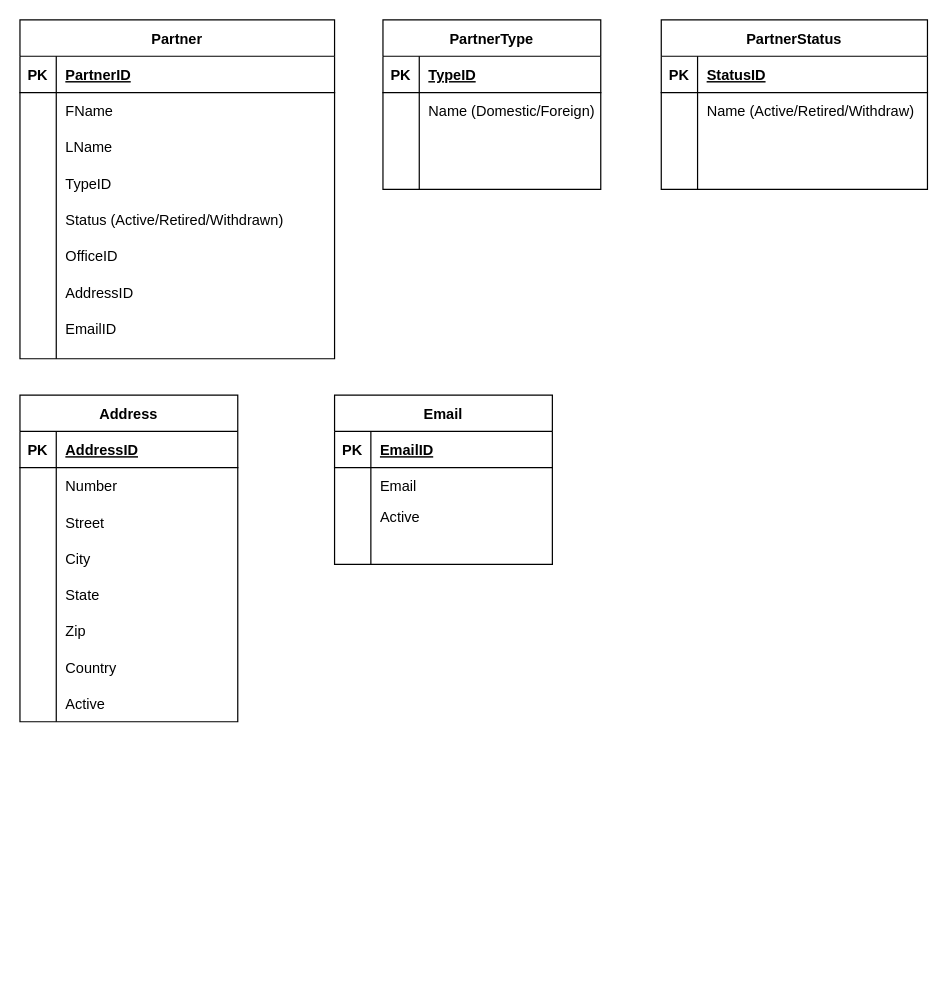
Earlier version of the draw.io diagram page "Page-2" (2 of 3) of Web app structure.drawio (thi2411/tnguyen2). Source tidied: cells renumbered, new cells numbered last; positions are measured from the earlier drawing's top-left corner, leaving out a move shared by most shapes. Both pictures are drawn from the tidied source at 121%, with x=0, y=0 at pixel (19, 19).
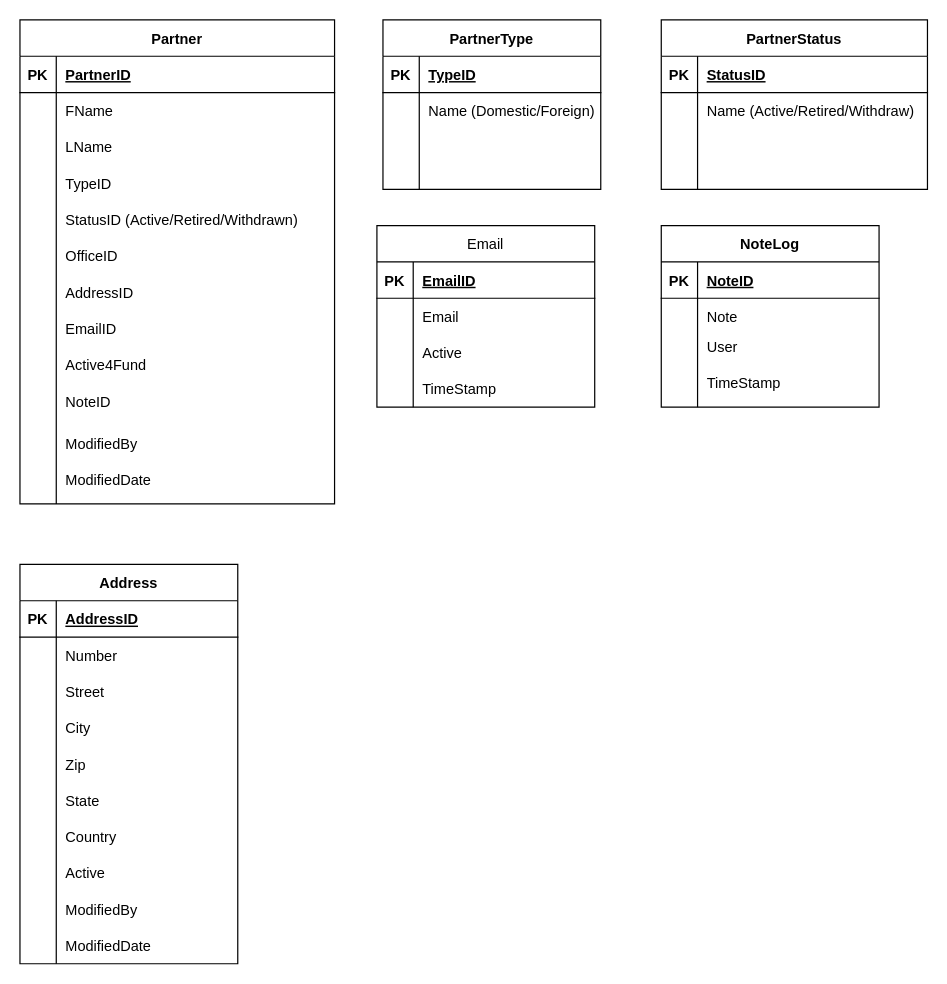
The same page after the edit.

Unchanged cells that the change refers to:
```xml
<mxCell id="46" style="shape=tableRow;horizontal=0;startSize=0;swimlaneHead=0;swimlaneBody=0;fillColor=none;top=0;left=0;right=0;bottom=0;" parent="1" vertex="1">
  <mxGeometry y="340" width="260" height="30" as="geometry" />
</mxCell>
<mxCell id="48" style="shape=tableRow;horizontal=0;startSize=0;swimlaneHead=0;swimlaneBody=0;fillColor=none;top=0;left=0;right=0;bottom=0;" parent="1" vertex="1">
  <mxGeometry y="370" width="260" height="130" as="geometry" />
</mxCell>
```

What changed in the source:
```diff
@@
     <mxCell id="2" value="Partner" style="shape=table;startSize=30;childLayout=tableLayout;rowLines=0;fontStyle=1;align=center;" parent="1" vertex="1">
-      <mxGeometry width="260" height="280" as="geometry" />
+      <mxGeometry width="260" height="400" as="geometry" />
     </mxCell>
@@
     <mxCell id="12" style="shape=tableRow;horizontal=0;startSize=0;swimlaneHead=0;swimlaneBody=0;fillColor=none;top=0;left=0;right=0;bottom=0;" parent="2" vertex="1">
-      <mxGeometry y="120" width="260" height="160" as="geometry" />
+      <mxGeometry y="120" width="260" height="280" as="geometry" />
     </mxCell>
     <mxCell id="13" style="shape=partialRectangle;fillColor=none;top=0;left=0;bottom=0;right=0;overflow=hidden;" parent="12" vertex="1">
-      <mxGeometry width="30" height="160" as="geometry" />
+      <mxGeometry width="30" height="280" as="geometry" />
     </mxCell>
     <mxCell id="14" style="shape=partialRectangle;fillColor=none;top=0;left=0;bottom=0;right=0;align=left;spacingLeft=6;overflow=hidden;" parent="12" vertex="1">
-      <mxGeometry x="30" width="230" height="160" as="geometry" />
+      <mxGeometry x="30" width="230" height="280" as="geometry" />
     </mxCell>
@@
-    <mxCell id="18" value="Status (Active/Retired/Withdrawn)" style="shape=partialRectangle;fillColor=none;top=0;left=0;bottom=0;right=0;align=left;spacingLeft=6;overflow=hidden;" parent="1" vertex="1">
-      <mxGeometry x="30" y="150" width="190" height="30" as="geometry" />
+    <mxCell id="18" value="StatusID (Active/Retired/Withdrawn)" style="shape=partialRectangle;fillColor=none;top=0;left=0;bottom=0;right=0;align=left;spacingLeft=6;overflow=hidden;" parent="1" vertex="1">
+      <mxGeometry x="30" y="150" width="200" height="30" as="geometry" />
     </mxCell>
@@
     <mxCell id="47" style="shape=partialRectangle;fillColor=none;top=0;left=0;bottom=0;right=0;overflow=hidden;" parent="46" vertex="1">
-      <mxGeometry width="30" height="30" as="geometry" />
+      <mxGeometry y="30" width="30" height="30" as="geometry" />
     </mxCell>
@@
     <mxCell id="49" style="shape=partialRectangle;fillColor=none;top=0;left=0;bottom=0;right=0;overflow=hidden;" parent="48" vertex="1">
-      <mxGeometry width="30" height="130" as="geometry" />
+      <mxGeometry y="30" width="30" height="130" as="geometry" />
     </mxCell>
     <mxCell id="50" value="Address" style="shape=table;startSize=30;childLayout=tableLayout;rowLines=0;fontStyle=1;align=center;" parent="1" vertex="1">
-      <mxGeometry y="310" width="180" height="270" as="geometry" />
+      <mxGeometry y="450" width="180" height="330" as="geometry" />
     </mxCell>
@@
     <mxCell id="57" style="shape=tableRow;horizontal=0;startSize=0;swimlaneHead=0;swimlaneBody=0;fillColor=none;top=0;left=0;right=0;bottom=0;" parent="50" vertex="1">
-      <mxGeometry y="90" width="180" height="180" as="geometry" />
+      <mxGeometry y="90" width="180" height="240" as="geometry" />
     </mxCell>
     <mxCell id="58" style="shape=partialRectangle;fillColor=none;top=0;left=0;bottom=0;right=0;overflow=hidden;" parent="57" vertex="1">
-      <mxGeometry width="30" height="180" as="geometry" />
+      <mxGeometry width="30" height="240" as="geometry" />
     </mxCell>
     <mxCell id="59" style="shape=partialRectangle;fillColor=none;top=0;left=0;bottom=0;right=0;align=left;spacingLeft=6;overflow=hidden;" parent="57" vertex="1">
-      <mxGeometry x="30" width="150" height="180" as="geometry" />
+      <mxGeometry x="30" width="150" height="240" as="geometry" />
     </mxCell>
     <mxCell id="60" value="Street" style="shape=partialRectangle;fillColor=none;top=0;left=0;bottom=0;right=0;align=left;spacingLeft=6;overflow=hidden;" parent="1" vertex="1">
-      <mxGeometry x="30" y="400" width="150" height="30" as="geometry" />
+      <mxGeometry x="30" y="540" width="150" height="30" as="geometry" />
     </mxCell>
     <mxCell id="61" value="City" style="shape=partialRectangle;fillColor=none;top=0;left=0;bottom=0;right=0;align=left;spacingLeft=6;overflow=hidden;" parent="1" vertex="1">
-      <mxGeometry x="30" y="430" width="150" height="30" as="geometry" />
+      <mxGeometry x="30" y="570" width="150" height="30" as="geometry" />
     </mxCell>
     <mxCell id="62" value="State" style="shape=partialRectangle;fillColor=none;top=0;left=0;bottom=0;right=0;align=left;spacingLeft=6;overflow=hidden;" parent="1" vertex="1">
-      <mxGeometry x="30" y="460" width="150" height="30" as="geometry" />
+      <mxGeometry x="30" y="630" width="150" height="30" as="geometry" />
     </mxCell>
     <mxCell id="63" value="Zip" style="shape=partialRectangle;fillColor=none;top=0;left=0;bottom=0;right=0;align=left;spacingLeft=6;overflow=hidden;" parent="1" vertex="1">
-      <mxGeometry x="30" y="490" width="150" height="30" as="geometry" />
+      <mxGeometry x="30" y="600" width="150" height="30" as="geometry" />
     </mxCell>
     <mxCell id="64" value="Country" style="shape=partialRectangle;fillColor=none;top=0;left=0;bottom=0;right=0;align=left;spacingLeft=6;overflow=hidden;" parent="1" vertex="1">
-      <mxGeometry x="30" y="520" width="150" height="30" as="geometry" />
+      <mxGeometry x="30" y="660" width="150" height="30" as="geometry" />
     </mxCell>
     <mxCell id="65" value="Active" style="shape=partialRectangle;fillColor=none;top=0;left=0;bottom=0;right=0;align=left;spacingLeft=6;overflow=hidden;" parent="1" vertex="1">
-      <mxGeometry x="30" y="550" width="150" height="30" as="geometry" />
+      <mxGeometry x="30" y="690" width="150" height="30" as="geometry" />
     </mxCell>
-    <mxCell id="66" value="Email" style="shape=table;startSize=30;childLayout=tableLayout;rowLines=0;fontStyle=1;align=center;" parent="1" vertex="1">
-      <mxGeometry x="260" y="310" width="180" height="140" as="geometry" />
+    <mxCell id="66" value="Email" style="shape=table;startSize=30;childLayout=tableLayout;rowLines=0;fontStyle=0;align=center;" parent="1" vertex="1">
+      <mxGeometry x="295" y="170" width="180" height="150" as="geometry" />
     </mxCell>
@@
     <mxCell id="73" style="shape=tableRow;horizontal=0;startSize=0;swimlaneHead=0;swimlaneBody=0;fillColor=none;top=0;left=0;right=0;bottom=0;" parent="66" vertex="1">
-      <mxGeometry y="90" width="180" height="30" as="geometry" />
+      <mxGeometry y="90" width="180" height="40" as="geometry" />
     </mxCell>
     <mxCell id="74" style="shape=partialRectangle;fillColor=none;top=0;left=0;bottom=0;right=0;overflow=hidden;" parent="73" vertex="1">
-      <mxGeometry width="30" height="30" as="geometry" />
+      <mxGeometry width="30" height="40" as="geometry" />
     </mxCell>
     <mxCell id="75" style="shape=partialRectangle;fillColor=none;top=0;left=0;bottom=0;right=0;align=left;spacingLeft=6;overflow=hidden;" parent="73" vertex="1">
-      <mxGeometry x="30" width="150" height="30" as="geometry" />
+      <mxGeometry x="30" width="150" height="40" as="geometry" />
     </mxCell>
     <mxCell id="76" style="shape=tableRow;horizontal=0;startSize=0;swimlaneHead=0;swimlaneBody=0;fillColor=none;top=0;left=0;right=0;bottom=0;" parent="66" vertex="1">
-      <mxGeometry y="120" width="180" height="20" as="geometry" />
+      <mxGeometry y="130" width="180" height="20" as="geometry" />
     </mxCell>
@@
     <mxCell id="79" value="Active" style="shape=partialRectangle;fillColor=none;top=0;left=0;bottom=0;right=0;align=left;spacingLeft=6;overflow=hidden;" parent="1" vertex="1">
-      <mxGeometry x="290" y="395" width="150" height="30" as="geometry" />
+      <mxGeometry x="325" y="260" width="150" height="30" as="geometry" />
     </mxCell>
@@
+    <mxCell id="81" value="NoteLog" style="shape=table;startSize=30;childLayout=tableLayout;rowLines=0;fontStyle=1;align=center;" parent="1" vertex="1">
+      <mxGeometry x="530" y="170" width="180" height="150" as="geometry" />
+    </mxCell>
+    <mxCell id="82" style="shape=tableRow;horizontal=0;startSize=0;swimlaneHead=0;swimlaneBody=0;fillColor=none;top=0;left=0;right=0;bottom=1;" parent="81" vertex="1">
+      <mxGeometry y="30" width="180" height="30" as="geometry" />
+    </mxCell>
+    <mxCell id="83" value="PK" style="shape=partialRectangle;fillColor=none;top=0;left=0;bottom=0;right=0;fontStyle=1;overflow=hidden;" parent="82" vertex="1">
+      <mxGeometry width="30" height="30" as="geometry" />
+    </mxCell>
+    <mxCell id="84" value="NoteID" style="shape=partialRectangle;fillColor=none;top=0;left=0;bottom=0;right=0;align=left;spacingLeft=6;fontStyle=5;overflow=hidden;" parent="82" vertex="1">
+      <mxGeometry x="30" width="150" height="30" as="geometry" />
+    </mxCell>
+    <mxCell id="85" style="shape=tableRow;horizontal=0;startSize=0;swimlaneHead=0;swimlaneBody=0;fillColor=none;top=0;left=0;right=0;bottom=0;" parent="81" vertex="1">
+      <mxGeometry y="60" width="180" height="30" as="geometry" />
+    </mxCell>
+    <mxCell id="86" style="shape=partialRectangle;fillColor=none;top=0;left=0;bottom=0;right=0;overflow=hidden;" parent="85" vertex="1">
+      <mxGeometry width="30" height="30" as="geometry" />
+    </mxCell>
+    <mxCell id="87" value="Note" style="shape=partialRectangle;fillColor=none;top=0;left=0;bottom=0;right=0;align=left;spacingLeft=6;overflow=hidden;" parent="85" vertex="1">
+      <mxGeometry x="30" width="150" height="30" as="geometry" />
+    </mxCell>
+    <mxCell id="88" style="shape=tableRow;horizontal=0;startSize=0;swimlaneHead=0;swimlaneBody=0;fillColor=none;top=0;left=0;right=0;bottom=0;" parent="81" vertex="1">
+      <mxGeometry y="90" width="180" height="30" as="geometry" />
+    </mxCell>
+    <mxCell id="89" style="shape=partialRectangle;fillColor=none;top=0;left=0;bottom=0;right=0;overflow=hidden;" parent="88" vertex="1">
+      <mxGeometry width="30" height="30" as="geometry" />
+    </mxCell>
+    <mxCell id="90" style="shape=partialRectangle;fillColor=none;top=0;left=0;bottom=0;right=0;align=left;spacingLeft=6;overflow=hidden;" parent="88" vertex="1">
+      <mxGeometry x="30" width="150" height="30" as="geometry" />
+    </mxCell>
+    <mxCell id="91" style="shape=tableRow;horizontal=0;startSize=0;swimlaneHead=0;swimlaneBody=0;fillColor=none;top=0;left=0;right=0;bottom=0;" parent="81" vertex="1">
+      <mxGeometry y="120" width="180" height="30" as="geometry" />
+    </mxCell>
+    <mxCell id="92" style="shape=partialRectangle;fillColor=none;top=0;left=0;bottom=0;right=0;overflow=hidden;" parent="91" vertex="1">
+      <mxGeometry width="30" height="30" as="geometry" />
+    </mxCell>
+    <mxCell id="93" style="shape=partialRectangle;fillColor=none;top=0;left=0;bottom=0;right=0;align=left;spacingLeft=6;overflow=hidden;" parent="91" vertex="1">
+      <mxGeometry x="30" width="150" height="30" as="geometry" />
+    </mxCell>
+    <mxCell id="94" value="User" style="shape=partialRectangle;fillColor=none;top=0;left=0;bottom=0;right=0;align=left;spacingLeft=6;overflow=hidden;" parent="1" vertex="1">
+      <mxGeometry x="560" y="255" width="150" height="30" as="geometry" />
+    </mxCell>
+    <mxCell id="95" value="TimeStamp" style="shape=partialRectangle;fillColor=none;top=0;left=0;bottom=0;right=0;align=left;spacingLeft=6;overflow=hidden;" parent="1" vertex="1">
+      <mxGeometry x="560" y="285" width="150" height="30" as="geometry" />
+    </mxCell>
+    <mxCell id="96" value="TimeStamp" style="shape=partialRectangle;fillColor=none;top=0;left=0;bottom=0;right=0;align=left;spacingLeft=6;overflow=hidden;" parent="1" vertex="1">
+      <mxGeometry x="325" y="290" width="160" height="30" as="geometry" />
+    </mxCell>
+    <mxCell id="97" value="Active4Fund" style="shape=partialRectangle;fillColor=none;top=0;left=0;bottom=0;right=0;align=left;spacingLeft=6;overflow=hidden;" parent="1" vertex="1">
+      <mxGeometry x="30" y="270" width="150" height="30" as="geometry" />
+    </mxCell>
+    <mxCell id="98" value="ModifiedBy" style="shape=partialRectangle;fillColor=none;top=0;left=0;bottom=0;right=0;align=left;spacingLeft=6;overflow=hidden;" parent="1" vertex="1">
+      <mxGeometry x="30" y="335" width="150" height="30" as="geometry" />
+    </mxCell>
+    <mxCell id="99" value="ModifiedDate" style="shape=partialRectangle;fillColor=none;top=0;left=0;bottom=0;right=0;align=left;spacingLeft=6;overflow=hidden;" parent="1" vertex="1">
+      <mxGeometry x="30" y="365" width="150" height="30" as="geometry" />
+    </mxCell>
+    <mxCell id="100" value="NoteID" style="shape=partialRectangle;fillColor=none;top=0;left=0;bottom=0;right=0;align=left;spacingLeft=6;overflow=hidden;" parent="1" vertex="1">
+      <mxGeometry x="30" y="300" width="150" height="30" as="geometry" />
+    </mxCell>
+    <mxCell id="101" value="ModifiedBy" style="shape=partialRectangle;fillColor=none;top=0;left=0;bottom=0;right=0;align=left;spacingLeft=6;overflow=hidden;" parent="1" vertex="1">
+      <mxGeometry x="30" y="720" width="150" height="30" as="geometry" />
+    </mxCell>
+    <mxCell id="102" value="ModifiedDate" style="shape=partialRectangle;fillColor=none;top=0;left=0;bottom=0;right=0;align=left;spacingLeft=6;overflow=hidden;" parent="1" vertex="1">
+      <mxGeometry x="30" y="750" width="150" height="30" as="geometry" />
+    </mxCell>
```
